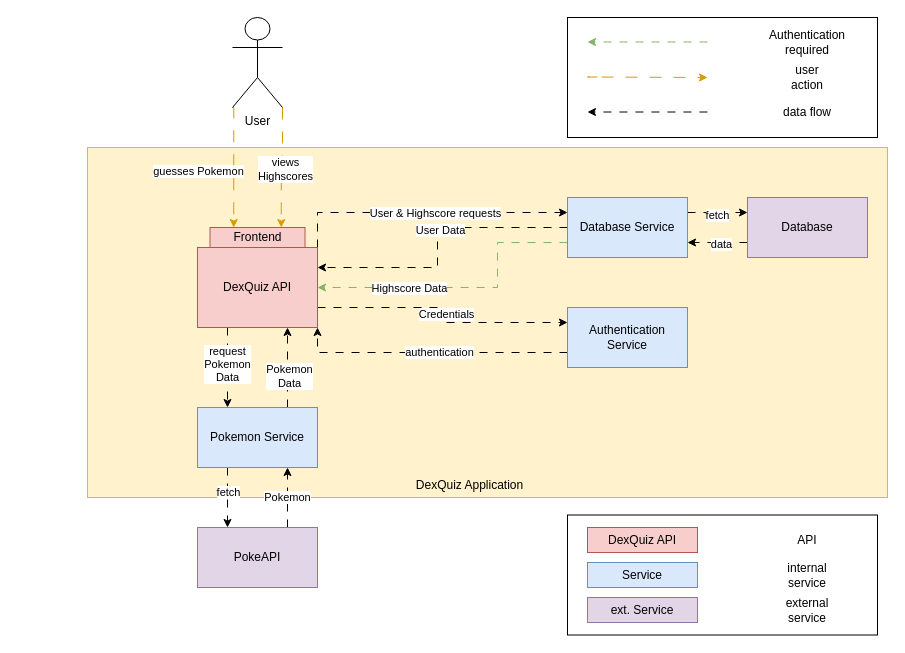
Earlier version of the draw.io diagram docs/source/arc42/images/context_diagram.drawio (Digestey/lw-sqs-ss25). Source tidied: cells renumbered, new cells numbered last; positions are measured from the earlier drawing's top-left corner, leaving out a move shared by most shapes. Both pictures are drawn from the tidied source at 100%, with x=0, y=0 at pixel (87, 17).
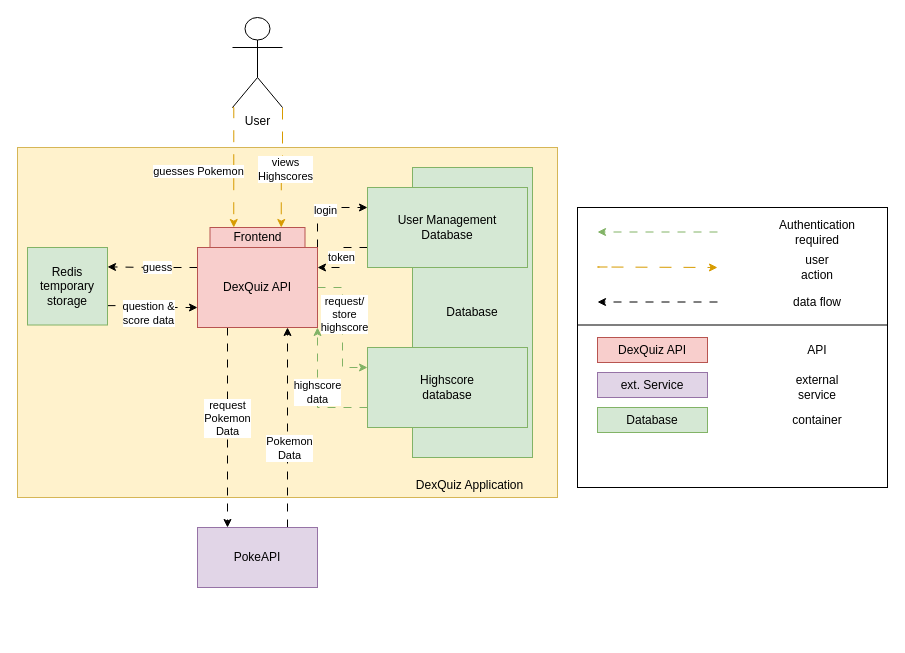
Above is the later version.

The change refers to these unchanged cells:
```xml
<mxCell id="14" value="DexQuiz API" style="rounded=0;whiteSpace=wrap;html=1;fillColor=#f8cecc;strokeColor=#b85450;" parent="1" vertex="1">
  <mxGeometry x="110" y="230" width="120" height="80" as="geometry" />
</mxCell>
<mxCell id="37" value="PokeAPI" style="rounded=0;whiteSpace=wrap;html=1;fillColor=#e1d5e7;strokeColor=#9673a6;" parent="1" vertex="1">
  <mxGeometry x="110" y="510" width="120" height="60" as="geometry" />
</mxCell>
```

Change to the diagram source:
```diff
@@
     <mxCell id="2" style="rounded=0;whiteSpace=wrap;html=1;fillColor=#fff2cc;strokeColor=#d6b656;" parent="1" vertex="1">
-      <mxGeometry y="130" width="800" height="350" as="geometry" />
+      <mxGeometry x="-70" y="130" width="540" height="350" as="geometry" />
     </mxCell>
@@
-    <mxCell id="8" style="edgeStyle=orthogonalEdgeStyle;rounded=0;jettySize=auto;html=1;exitX=0.25;exitY=1;exitDx=0;exitDy=0;entryX=0.25;entryY=0;entryDx=0;entryDy=0;dashed=1;dashPattern=8 8;" parent="1" edge="1" source="14" target="19">
+    <mxCell id="8" style="edgeStyle=orthogonalEdgeStyle;rounded=0;jettySize=auto;html=1;exitX=0.25;exitY=1;exitDx=0;exitDy=0;entryX=0.25;entryY=0;entryDx=0;entryDy=0;dashed=1;dashPattern=8 8;" parent="1" edge="1" source="14" target="37">
       <mxGeometry relative="1" as="geometry" />
     </mxCell>
@@
-    <mxCell id="10" style="edgeStyle=orthogonalEdgeStyle;rounded=0;jettySize=auto;html=1;exitX=1;exitY=0;exitDx=0;exitDy=0;entryX=0;entryY=0.25;entryDx=0;entryDy=0;dashed=1;dashPattern=8 8;" parent="1" edge="1" source="14" target="26">
-      <mxGeometry relative="1" as="geometry" />
-    </mxCell>
-    <mxCell id="11" value="User &amp;amp; Highscore requests" style="edgeLabel;html=1;align=center;verticalAlign=middle;" parent="10" vertex="1">
-      <mxGeometry x="0.07" relative="1" as="geometry" />
-    </mxCell>
-    <mxCell id="12" style="edgeStyle=orthogonalEdgeStyle;rounded=0;jettySize=auto;html=1;exitX=1;exitY=0.75;exitDx=0;exitDy=0;entryX=0;entryY=0.25;entryDx=0;entryDy=0;dashed=1;dashPattern=8 8;" parent="1" edge="1" source="14" target="40">
-      <mxGeometry relative="1" as="geometry" />
-    </mxCell>
-    <mxCell id="13" value="Credentials" style="edgeLabel;html=1;align=center;verticalAlign=middle;" parent="12" vertex="1">
-      <mxGeometry x="-0.01" y="3" relative="1" as="geometry" />
-    </mxCell>
+    <mxCell id="52" style="edgeStyle=orthogonalEdgeStyle;rounded=0;jettySize=auto;html=1;exitX=1;exitY=0;exitDx=0;exitDy=0;entryX=0;entryY=0.25;entryDx=0;entryDy=0;dashed=1;dashPattern=8 8;" parent="1" edge="1" source="14" target="60">
+      <mxGeometry relative="1" as="geometry" />
+    </mxCell>
+    <mxCell id="53" value="login" style="edgeLabel;html=1;align=center;verticalAlign=middle;" parent="52" vertex="1">
+      <mxGeometry x="0.07" y="-2" relative="1" as="geometry">
+        <mxPoint x="-1" as="offset" />
+      </mxGeometry>
+    </mxCell>
+    <mxCell id="54" style="edgeStyle=orthogonalEdgeStyle;rounded=0;jettySize=auto;html=1;exitX=1;exitY=0.5;exitDx=0;exitDy=0;entryX=0;entryY=0.25;entryDx=0;entryDy=0;dashed=1;dashPattern=8 8;fillColor=#d5e8d4;strokeColor=#82b366;" parent="1" edge="1" source="14" target="62">
+      <mxGeometry relative="1" as="geometry" />
+    </mxCell>
+    <mxCell id="55" value="request/&lt;br&gt;store&lt;br&gt;highscore" style="edgeLabel;html=1;align=center;verticalAlign=middle;" parent="54" vertex="1">
+      <mxGeometry x="-0.22" y="1" relative="1" as="geometry" />
+    </mxCell>
+    <mxCell id="56" style="edgeStyle=orthogonalEdgeStyle;rounded=0;jettySize=auto;html=1;exitX=0;exitY=0.25;exitDx=0;exitDy=0;entryX=1;entryY=0.25;entryDx=0;entryDy=0;dashed=1;dashPattern=8 8;" parent="1" edge="1" source="14" target="67">
+      <mxGeometry relative="1" as="geometry" />
+    </mxCell>
+    <mxCell id="57" value="guess" style="edgeLabel;html=1;align=center;verticalAlign=middle;" parent="56" vertex="1">
+      <mxGeometry x="-0.1" y="-1" relative="1" as="geometry" />
+    </mxCell>
@@
-    <mxCell id="15" style="edgeStyle=orthogonalEdgeStyle;rounded=0;jettySize=auto;html=1;exitX=0.75;exitY=0;exitDx=0;exitDy=0;entryX=0.75;entryY=1;entryDx=0;entryDy=0;dashed=1;dashPattern=8 8;" parent="1" edge="1" source="19" target="14">
+    <mxCell id="15" style="edgeStyle=orthogonalEdgeStyle;rounded=0;jettySize=auto;html=1;exitX=0.75;exitY=0;exitDx=0;exitDy=0;entryX=0.75;entryY=1;entryDx=0;entryDy=0;dashed=1;dashPattern=8 8;" parent="1" edge="1" source="37" target="14">
       <mxGeometry relative="1" as="geometry" />
     </mxCell>
@@
-    <mxCell id="17" style="edgeStyle=orthogonalEdgeStyle;rounded=0;jettySize=auto;html=1;exitX=0.25;exitY=1;exitDx=0;exitDy=0;entryX=0.25;entryY=0;entryDx=0;entryDy=0;dashed=1;dashPattern=8 8;" parent="1" edge="1" source="19" target="37">
-      <mxGeometry relative="1" as="geometry" />
-    </mxCell>
-    <mxCell id="18" value="fetch" style="edgeLabel;html=1;align=center;verticalAlign=middle;" parent="17" vertex="1">
-      <mxGeometry x="-0.2" relative="1" as="geometry" />
-    </mxCell>
-    <mxCell id="19" value="Pokemon Service" style="rounded=0;whiteSpace=wrap;html=1;fillColor=#dae8fc;strokeColor=#6c8ebf;" parent="1" vertex="1">
-      <mxGeometry x="110" y="390" width="120" height="60" as="geometry" />
-    </mxCell>
-    <mxCell id="20" style="edgeStyle=orthogonalEdgeStyle;rounded=0;jettySize=auto;html=1;exitX=0;exitY=0.5;exitDx=0;exitDy=0;entryX=1;entryY=0.25;entryDx=0;entryDy=0;dashed=1;dashPattern=8 8;" parent="1" edge="1" source="26" target="14">
-      <mxGeometry relative="1" as="geometry">
-        <Array as="points">
-          <mxPoint x="350" y="210" />
-          <mxPoint x="350" y="250" />
-        </Array>
-      </mxGeometry>
-    </mxCell>
-    <mxCell id="21" value="User Data" style="edgeLabel;html=1;align=center;verticalAlign=middle;" parent="20" vertex="1">
-      <mxGeometry x="-0.09" y="2" relative="1" as="geometry" />
-    </mxCell>
-    <mxCell id="22" style="edgeStyle=orthogonalEdgeStyle;rounded=0;jettySize=auto;html=1;exitX=0;exitY=0.75;exitDx=0;exitDy=0;entryX=1;entryY=0.5;entryDx=0;entryDy=0;fillColor=#d5e8d4;strokeColor=#82b366;dashed=1;dashPattern=8 8;" parent="1" edge="1" source="26" target="14">
-      <mxGeometry relative="1" as="geometry">
-        <Array as="points">
-          <mxPoint x="410" y="225" />
-          <mxPoint x="410" y="270" />
-        </Array>
-      </mxGeometry>
-    </mxCell>
-    <mxCell id="23" value="Highscore Data" style="edgeLabel;html=1;align=center;verticalAlign=middle;" parent="22" vertex="1">
-      <mxGeometry x="0.38" y="2" relative="1" as="geometry">
-        <mxPoint y="-2" as="offset" />
-      </mxGeometry>
-    </mxCell>
-    <mxCell id="24" style="edgeStyle=orthogonalEdgeStyle;rounded=0;jettySize=auto;html=1;exitX=1;exitY=0.25;exitDx=0;exitDy=0;entryX=0;entryY=0.25;entryDx=0;entryDy=0;dashed=1;dashPattern=8 8;" parent="1" edge="1" source="26" target="43">
-      <mxGeometry relative="1" as="geometry" />
-    </mxCell>
-    <mxCell id="25" value="fetch" style="edgeLabel;html=1;align=center;verticalAlign=middle;" parent="24" vertex="1">
-      <mxGeometry x="-0.03" y="-2" relative="1" as="geometry" />
-    </mxCell>
-    <mxCell id="26" value="Database Service" style="rounded=0;whiteSpace=wrap;html=1;fillColor=#dae8fc;strokeColor=#6c8ebf;" parent="1" vertex="1">
-      <mxGeometry x="480" y="180" width="120" height="60" as="geometry" />
-    </mxCell>
     <mxCell id="27" style="rounded=0;whiteSpace=wrap;html=1;" parent="1" vertex="1">
-      <mxGeometry x="480" width="310" height="120" as="geometry" />
+      <mxGeometry x="490" y="190" width="310" height="120" as="geometry" />
     </mxCell>
     <mxCell id="28" style="edgeStyle=orthogonalEdgeStyle;rounded=0;orthogonalLoop=1;jettySize=auto;html=1;exitX=0;exitY=0.25;exitDx=0;exitDy=0;entryX=1;entryY=0.25;entryDx=0;entryDy=0;dashed=1;dashPattern=8 8;fillColor=#d5e8d4;strokeColor=#82b366;" parent="1" edge="1">
       <mxGeometry relative="1" as="geometry">
-        <mxPoint x="620" y="24.5" as="sourcePoint" />
-        <mxPoint x="500" y="24.5" as="targetPoint" />
+        <mxPoint x="630" y="214.5" as="sourcePoint" />
+        <mxPoint x="510" y="214.5" as="targetPoint" />
       </mxGeometry>
     </mxCell>
     <mxCell id="29" value="&lt;div&gt;Authentication required&lt;/div&gt;" style="text;html=1;align=center;verticalAlign=middle;whiteSpace=wrap;rounded=0;" parent="1" vertex="1">
-      <mxGeometry x="690" y="10" width="60" height="30" as="geometry" />
+      <mxGeometry x="700" y="200" width="60" height="30" as="geometry" />
     </mxCell>
     <mxCell id="30" style="edgeStyle=orthogonalEdgeStyle;rounded=0;orthogonalLoop=1;jettySize=auto;html=1;dashed=1;dashPattern=12 12;fillColor=#ffe6cc;strokeColor=#d79b00;" parent="1" edge="1">
       <mxGeometry relative="1" as="geometry">
-        <mxPoint x="510" y="59.5" as="sourcePoint" />
-        <mxPoint x="620" y="60" as="targetPoint" />
+        <mxPoint x="520" y="249.5" as="sourcePoint" />
+        <mxPoint x="630" y="250" as="targetPoint" />
         <Array as="points">
-          <mxPoint x="500" y="59.5" />
-          <mxPoint x="730" y="59.5" />
+          <mxPoint x="510" y="249.5" />
+          <mxPoint x="740" y="249.5" />
         </Array>
       </mxGeometry>
     </mxCell>
     <mxCell id="31" value="user&lt;br&gt;action" style="text;html=1;align=center;verticalAlign=middle;whiteSpace=wrap;rounded=0;" parent="1" vertex="1">
-      <mxGeometry x="690" y="45" width="60" height="30" as="geometry" />
+      <mxGeometry x="700" y="235" width="60" height="30" as="geometry" />
     </mxCell>
     <mxCell id="32" style="edgeStyle=orthogonalEdgeStyle;rounded=0;orthogonalLoop=1;jettySize=auto;html=1;exitX=0;exitY=0.75;exitDx=0;exitDy=0;entryX=1;entryY=0.75;entryDx=0;entryDy=0;dashed=1;dashPattern=8 8;" parent="1" edge="1">
       <mxGeometry relative="1" as="geometry">
-        <mxPoint x="620" y="94.5" as="sourcePoint" />
-        <mxPoint x="500" y="94.5" as="targetPoint" />
+        <mxPoint x="630" y="284.5" as="sourcePoint" />
+        <mxPoint x="510" y="284.5" as="targetPoint" />
       </mxGeometry>
     </mxCell>
     <mxCell id="33" value="data flow" style="text;html=1;align=center;verticalAlign=middle;whiteSpace=wrap;rounded=0;" parent="1" vertex="1">
-      <mxGeometry x="690" y="80" width="60" height="30" as="geometry" />
+      <mxGeometry x="700" y="270" width="60" height="30" as="geometry" />
     </mxCell>
@@
-    <mxCell id="35" style="edgeStyle=orthogonalEdgeStyle;rounded=0;jettySize=auto;html=1;exitX=0.75;exitY=0;exitDx=0;exitDy=0;entryX=0.75;entryY=1;entryDx=0;entryDy=0;dashed=1;dashPattern=8 8;" parent="1" edge="1" source="37" target="19">
-      <mxGeometry relative="1" as="geometry" />
-    </mxCell>
-    <mxCell id="36" value="Pokemon" style="edgeLabel;html=1;align=center;verticalAlign=middle;" parent="35" vertex="1">
-      <mxGeometry x="0.03" y="1" relative="1" as="geometry" />
-    </mxCell>
@@
-    <mxCell id="38" style="edgeStyle=orthogonalEdgeStyle;rounded=0;jettySize=auto;html=1;exitX=0;exitY=0.75;exitDx=0;exitDy=0;entryX=1;entryY=1;entryDx=0;entryDy=0;dashed=1;dashPattern=8 8;" parent="1" edge="1" source="40" target="14">
-      <mxGeometry relative="1" as="geometry" />
-    </mxCell>
-    <mxCell id="39" value="authentication" style="edgeLabel;html=1;align=center;verticalAlign=middle;" parent="38" vertex="1">
-      <mxGeometry x="-0.06" y="-1" relative="1" as="geometry" />
-    </mxCell>
-    <mxCell id="40" value="Authentication&lt;br&gt;Service" style="rounded=0;whiteSpace=wrap;html=1;fillColor=#dae8fc;strokeColor=#6c8ebf;" parent="1" vertex="1">
-      <mxGeometry x="480" y="290" width="120" height="60" as="geometry" />
-    </mxCell>
-    <mxCell id="41" style="edgeStyle=orthogonalEdgeStyle;rounded=0;jettySize=auto;html=1;exitX=0;exitY=0.75;exitDx=0;exitDy=0;entryX=1;entryY=0.75;entryDx=0;entryDy=0;dashed=1;dashPattern=8 8;" parent="1" edge="1" source="43" target="26">
-      <mxGeometry relative="1" as="geometry" />
-    </mxCell>
-    <mxCell id="42" value="data" style="edgeLabel;html=1;align=center;verticalAlign=middle;" parent="41" vertex="1">
-      <mxGeometry x="-0.09" y="1" relative="1" as="geometry" />
-    </mxCell>
-    <mxCell id="43" value="Database" style="rounded=0;whiteSpace=wrap;html=1;fillColor=#e1d5e7;strokeColor=#9673a6;" parent="1" vertex="1">
-      <mxGeometry x="660" y="180" width="120" height="60" as="geometry" />
+    <mxCell id="43" value="Database" style="rounded=0;whiteSpace=wrap;html=1;fillColor=#d5e8d4;strokeColor=#82b366;" parent="1" vertex="1">
+      <mxGeometry x="325" y="150" width="120" height="290" as="geometry" />
     </mxCell>
     <mxCell id="44" style="rounded=0;whiteSpace=wrap;html=1;" parent="1" vertex="1">
-      <mxGeometry x="480" y="497.5" width="310" height="120" as="geometry" />
+      <mxGeometry x="490" y="307.5" width="310" height="162.5" as="geometry" />
     </mxCell>
     <mxCell id="45" value="API" style="text;html=1;align=center;verticalAlign=middle;whiteSpace=wrap;rounded=0;" parent="1" vertex="1">
-      <mxGeometry x="690" y="507.5" width="60" height="30" as="geometry" />
+      <mxGeometry x="700" y="317.5" width="60" height="30" as="geometry" />
     </mxCell>
-    <mxCell id="46" value="internal service" style="text;html=1;align=center;verticalAlign=middle;whiteSpace=wrap;rounded=0;" parent="1" vertex="1">
-      <mxGeometry x="690" y="542.5" width="60" height="30" as="geometry" />
-    </mxCell>
     <mxCell id="47" value="external&lt;br&gt;service" style="text;html=1;align=center;verticalAlign=middle;whiteSpace=wrap;rounded=0;" parent="1" vertex="1">
-      <mxGeometry x="690" y="577.5" width="60" height="30" as="geometry" />
+      <mxGeometry x="700" y="355" width="60" height="30" as="geometry" />
     </mxCell>
     <mxCell id="48" value="DexQuiz API" style="rounded=0;whiteSpace=wrap;html=1;fillColor=#f8cecc;strokeColor=#b85450;" parent="1" vertex="1">
-      <mxGeometry x="500" y="510" width="110" height="25" as="geometry" />
+      <mxGeometry x="510" y="320" width="110" height="25" as="geometry" />
     </mxCell>
-    <mxCell id="49" value="Service" style="rounded=0;whiteSpace=wrap;html=1;fillColor=#dae8fc;strokeColor=#6c8ebf;" parent="1" vertex="1">
-      <mxGeometry x="500" y="545" width="110" height="25" as="geometry" />
-    </mxCell>
     <mxCell id="50" value="ext. Service" style="rounded=0;whiteSpace=wrap;html=1;fillColor=#e1d5e7;strokeColor=#9673a6;" parent="1" vertex="1">
-      <mxGeometry x="500" y="580" width="110" height="25" as="geometry" />
+      <mxGeometry x="510" y="355" width="110" height="25" as="geometry" />
     </mxCell>
@@
+    <mxCell id="58" style="edgeStyle=orthogonalEdgeStyle;rounded=0;jettySize=auto;html=1;exitX=0;exitY=0.75;exitDx=0;exitDy=0;entryX=1;entryY=0.25;entryDx=0;entryDy=0;dashed=1;dashPattern=8 8;" parent="1" edge="1" source="60" target="14">
+      <mxGeometry relative="1" as="geometry" />
+    </mxCell>
+    <mxCell id="59" value="token" style="edgeLabel;html=1;align=center;verticalAlign=middle;" parent="58" vertex="1">
+      <mxGeometry x="-0.04" y="-2" relative="1" as="geometry" />
+    </mxCell>
+    <mxCell id="60" value="User Management&lt;br&gt;Database" style="rounded=0;whiteSpace=wrap;html=1;fillColor=#d5e8d4;strokeColor=#82b366;" parent="1" vertex="1">
+      <mxGeometry x="280" y="170" width="160" height="80" as="geometry" />
+    </mxCell>
+    <mxCell id="61" value="highscore&lt;br&gt;data" style="edgeStyle=orthogonalEdgeStyle;rounded=0;jettySize=auto;html=1;exitX=0;exitY=0.75;exitDx=0;exitDy=0;entryX=1;entryY=1;entryDx=0;entryDy=0;fillColor=#d5e8d4;strokeColor=#82b366;dashed=1;dashPattern=8 8;" parent="1" edge="1" source="62" target="14">
+      <mxGeometry relative="1" as="geometry" />
+    </mxCell>
+    <mxCell id="62" value="Highscore&lt;br&gt;database" style="rounded=0;whiteSpace=wrap;html=1;fillColor=#d5e8d4;strokeColor=#82b366;" parent="1" vertex="1">
+      <mxGeometry x="280" y="330" width="160" height="80" as="geometry" />
+    </mxCell>
+    <mxCell id="63" value="Database" style="rounded=0;whiteSpace=wrap;html=1;fillColor=#d5e8d4;strokeColor=#82b366;" parent="1" vertex="1">
+      <mxGeometry x="510" y="390" width="110" height="25" as="geometry" />
+    </mxCell>
+    <mxCell id="64" value="container" style="text;html=1;align=center;verticalAlign=middle;whiteSpace=wrap;rounded=0;" parent="1" vertex="1">
+      <mxGeometry x="700" y="387.5" width="60" height="30" as="geometry" />
+    </mxCell>
+    <mxCell id="65" style="edgeStyle=orthogonalEdgeStyle;rounded=0;jettySize=auto;html=1;exitX=1;exitY=0.75;exitDx=0;exitDy=0;entryX=0;entryY=0.75;entryDx=0;entryDy=0;dashed=1;dashPattern=8 8;" parent="1" edge="1" source="67" target="14">
+      <mxGeometry relative="1" as="geometry" />
+    </mxCell>
+    <mxCell id="66" value="&lt;div&gt;question &amp;amp;&lt;/div&gt;&lt;div&gt;score data&lt;/div&gt;" style="edgeLabel;html=1;align=center;verticalAlign=middle;" parent="65" vertex="1">
+      <mxGeometry x="0.13" y="-1" relative="1" as="geometry">
+        <mxPoint x="-10" y="4" as="offset" />
+      </mxGeometry>
+    </mxCell>
+    <mxCell id="67" value="&lt;div&gt;Redis&lt;/div&gt;&lt;div&gt;temporary&lt;/div&gt;&lt;div&gt;storage&lt;/div&gt;" style="rounded=0;whiteSpace=wrap;html=1;fillColor=#d5e8d4;strokeColor=#82b366;" parent="1" vertex="1">
+      <mxGeometry x="-60" y="230" width="80" height="77.5" as="geometry" />
+    </mxCell>
```
